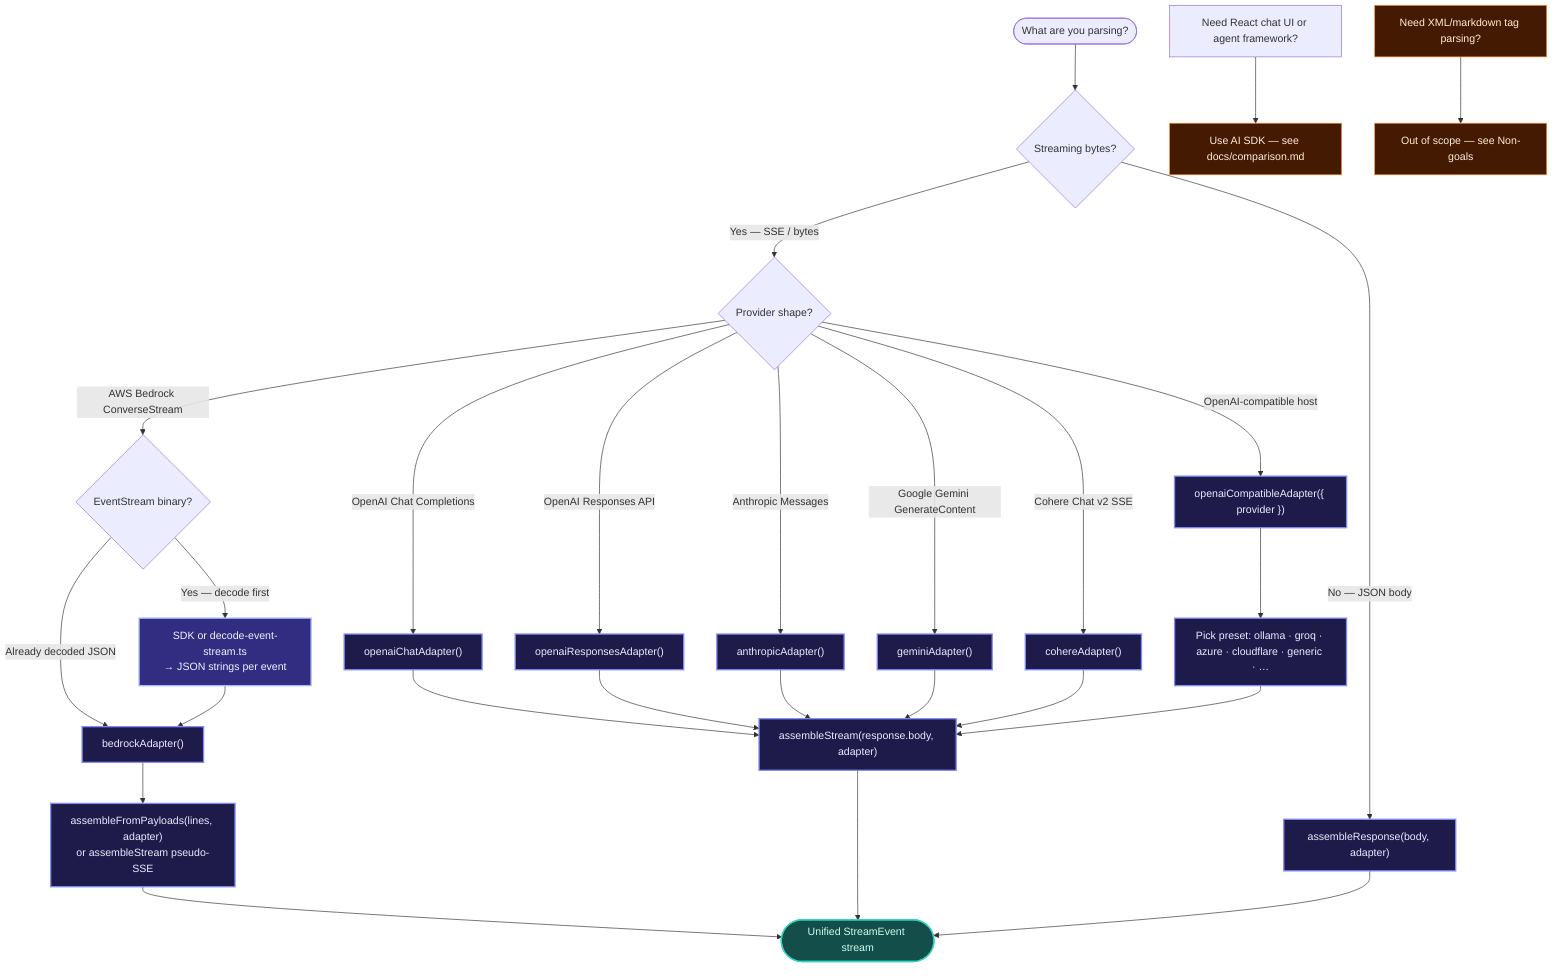
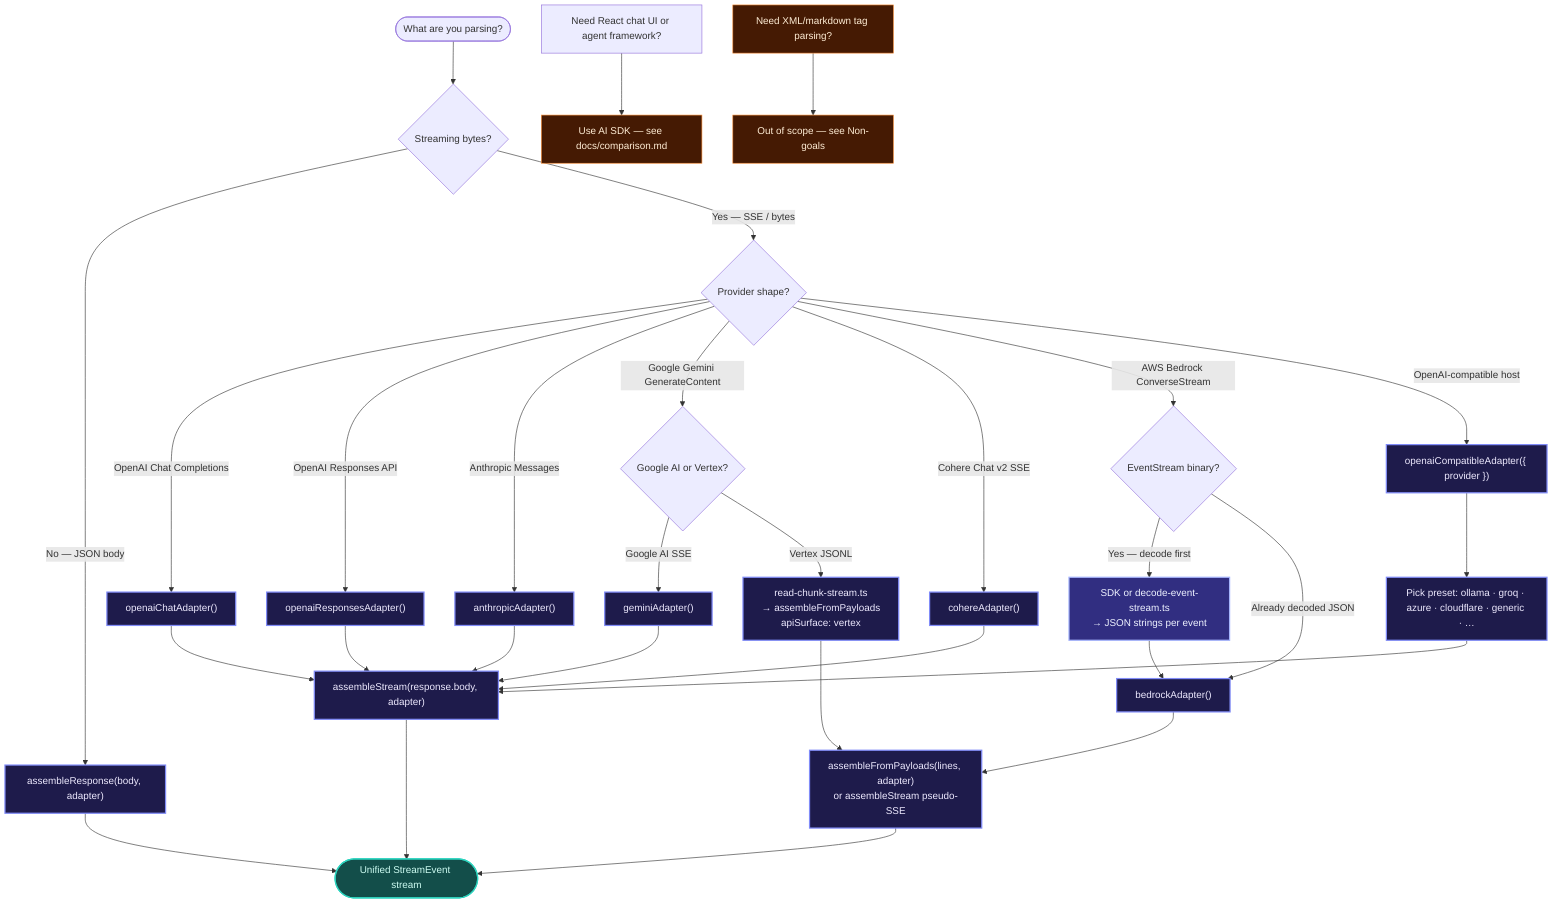
flowchart TD
	START(["What are you parsing?"])

	START --> STREAM{Streaming bytes?}
	STREAM -->|No — JSON body| RESP["assembleResponse(body, adapter)"]
	STREAM -->|Yes — SSE / bytes| SHAPE{Provider shape?}

	SHAPE -->|OpenAI Chat Completions| OAI["openaiChatAdapter()"]
	SHAPE -->|OpenAI Responses API| OAR["openaiResponsesAdapter()"]
	SHAPE -->|Anthropic Messages| ANT["anthropicAdapter()"]
- 	SHAPE -->|Google Gemini GenerateContent| GEM["geminiAdapter()"]
+ 	SHAPE -->|Google Gemini GenerateContent| GEM{Google AI or Vertex?}
+ 	GEM -->|Google AI SSE| GEMS["geminiAdapter()"]
+ 	GEM -->|Vertex JSONL| GEMV["read-chunk-stream.ts<br/>→ assembleFromPayloads<br/>apiSurface: vertex"]
	SHAPE -->|Cohere Chat v2 SSE| COH["cohereAdapter()"]
	SHAPE -->|AWS Bedrock ConverseStream| BRD{EventStream binary?}
	SHAPE -->|OpenAI-compatible host| COMP["openaiCompatibleAdapter({ provider })"]

	BRD -->|Yes — decode first| DEC["SDK or decode-event-stream.ts<br/>→ JSON strings per event"]
	BRD -->|Already decoded JSON| BR["bedrockAdapter()"]
	DEC --> BR

	COMP --> PRESET["Pick preset: ollama · groq · azure · cloudflare · generic · …"]

	OAI --> ASM["assembleStream(response.body, adapter)"]
	OAR --> ASM
	ANT --> ASM
- 	GEM --> ASM
+ 	GEMS --> ASM
+ 	GEMV --> ASMP
	COH --> ASM
	BR --> ASMP["assembleFromPayloads(lines, adapter)<br/>or assembleStream pseudo-SSE"]
	PRESET --> ASM
	ASMP --> DONE(["Unified StreamEvent stream"])
	ASM --> DONE
	RESP --> DONE

	UI["Need React chat UI or agent framework?"]
	UI --> SDK["Use AI SDK — see docs/comparison.md"]
	TAG["Need XML/markdown tag parsing?"]
	TAG --> NO["Out of scope — see Non-goals"]

	classDef pick fill:#1e1b4b,stroke:#818cf8,stroke-width:2px,color:#ede9fe
	classDef out fill:#134e4a,stroke:#2dd4bf,stroke-width:2px,color:#ccfbf1
	classDef warn fill:#451a03,stroke:#fb923c,stroke-width:1px,color:#ffedd5
	classDef decode fill:#312e81,stroke:#a5b4fc,stroke-width:2px,color:#eef2ff

- 	class OAI,OAR,ANT,GEM,COH,BR,COMP,PRESET,ASM,ASMP,RESP pick
+ 	class OAI,OAR,ANT,GEMS,GEMV,COH,BR,COMP,PRESET,ASM,ASMP,RESP pick
	class DEC decode
	class DONE out
	class SDK,TAG,NO warn
